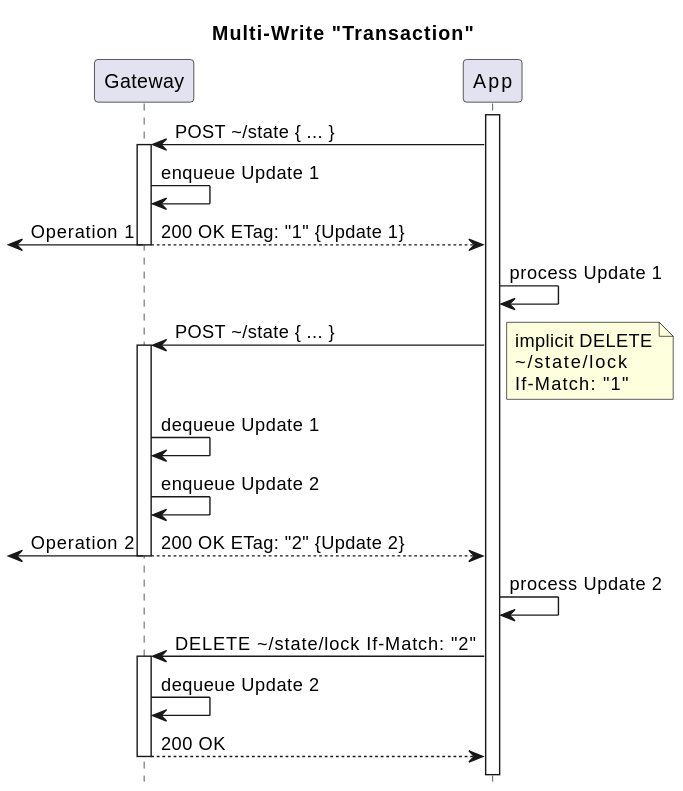
The PlantUML diagram architecture/api/http/img/4-multi-write.seq.svg in m-ld/m-ld-gateway, before a commit.
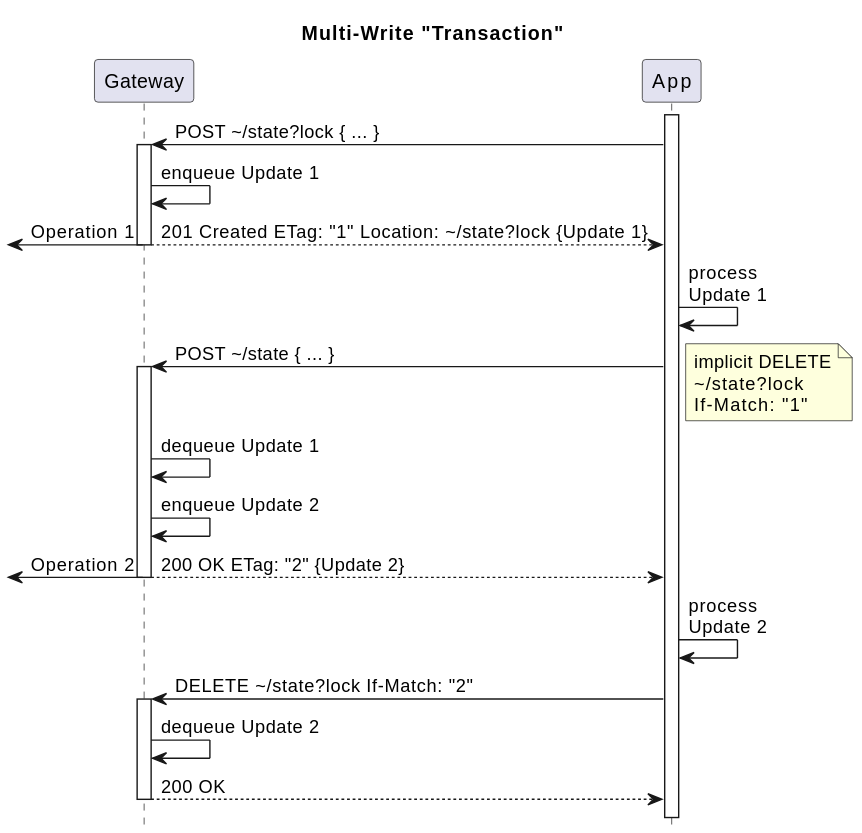
The same diagram one commit later.

What changed in the source:
```diff
@@ -8,23 +8,23 @@
 participant "App" as app
 
 activate app
-app -> gw ++: POST \~/state { ... }
+app -> gw ++: POST \~/state?lock { ... }
 gw -> gw: enqueue Update 1
-return 200 OK ETag: "1" {Update 1}
+return 201 Created ETag: "1" Location: \~/state?lock {Update 1}
 & <- gw: Operation 1
-app -> app: process Update 1
+app -> app: process\nUpdate 1
 app -> gw ++: POST \~/state { ... }
 note right
 implicit DELETE
-\~/state/lock
+\~/state?lock
 If-Match: "1"
 end note
 gw -> gw: dequeue Update 1
 gw -> gw: enqueue Update 2
 return 200 OK ETag: "2" {Update 2}
 & <- gw: Operation 2
-app -> app: process Update 2
-app -> gw ++: DELETE \~/state/lock If-Match: "2"
+app -> app: process\nUpdate 2
+app -> gw ++: DELETE \~/state?lock If-Match: "2"
 gw -> gw: dequeue Update 2
 return 200 OK
 deactivate app
```
